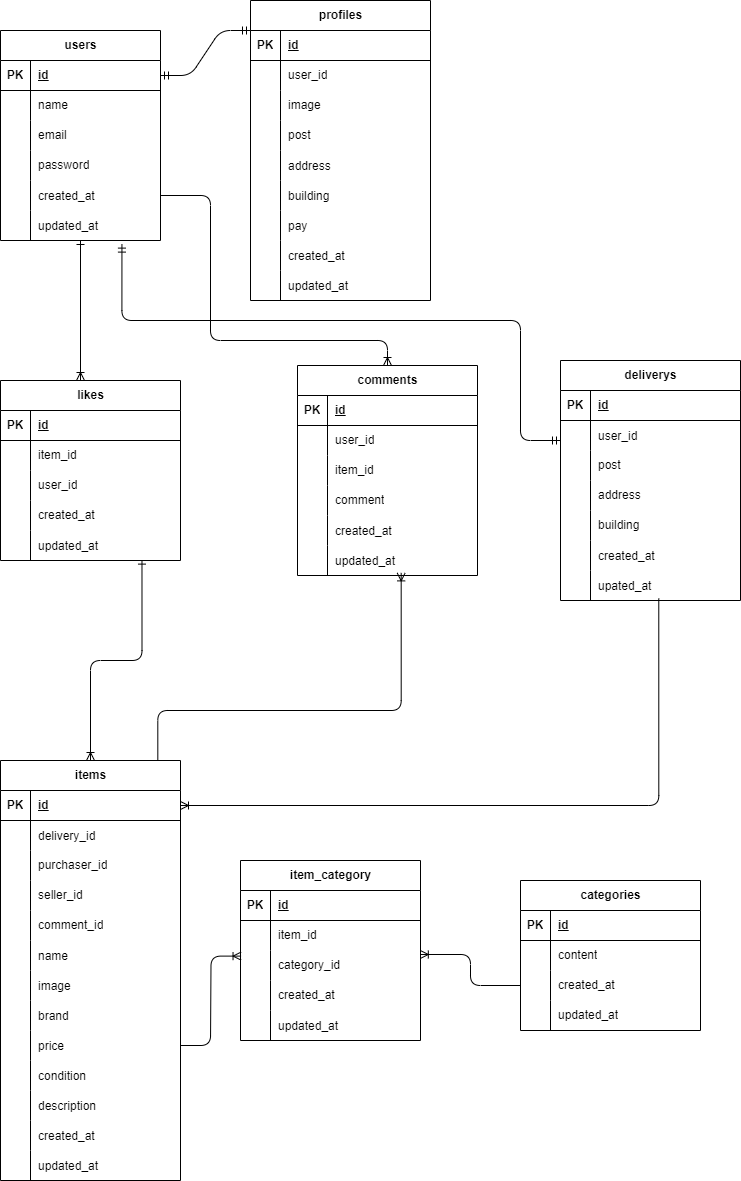
Before: frima.drawio.png, a diagram exported from draw.io (daiki-hayakawa17/frima). Source tidied: cells renumbered, new cells last; positions are measured from the earlier drawing's top-left corner, leaving out a move shared by most shapes.
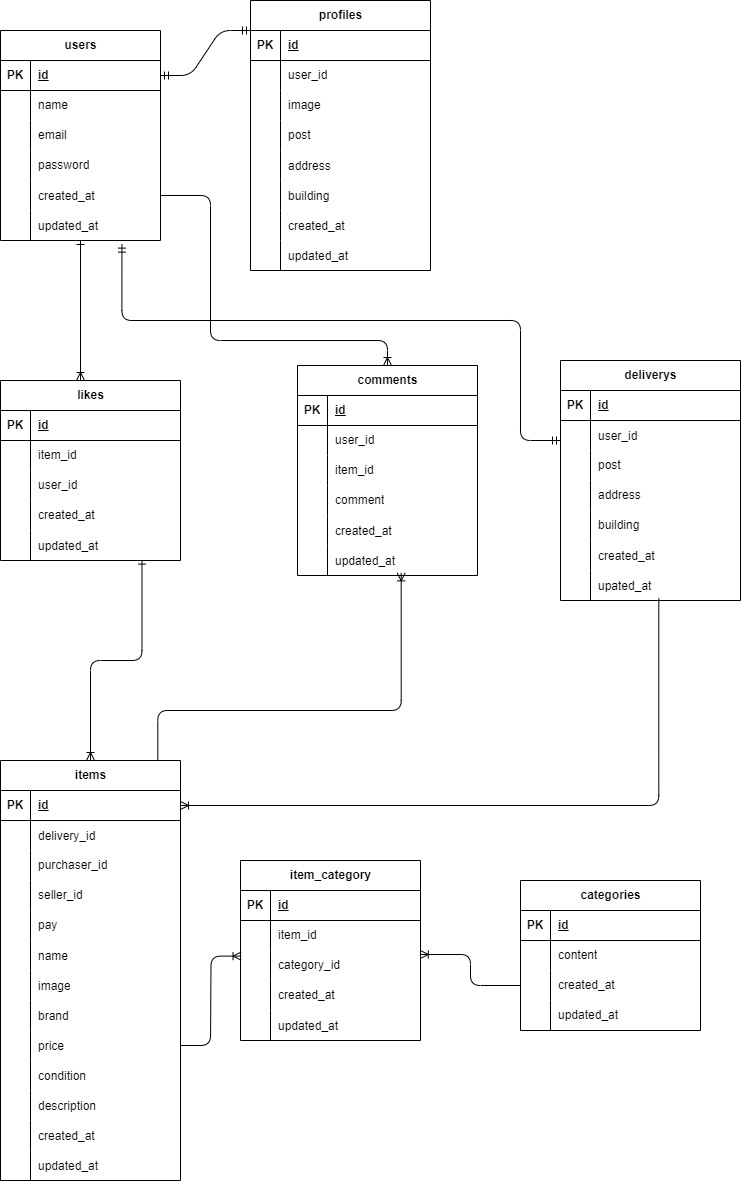
Later version of the same file.

Change to the diagram source:
```diff
@@ -104,7 +104,7 @@
     <mxCell id="35" style="shape=partialRectangle;fillColor=none;top=0;left=0;bottom=0;right=0;overflow=hidden;whiteSpace=wrap;html=1;" parent="34" vertex="1">
       <mxGeometry width="30" height="30" as="geometry" />
     </mxCell>
-    <mxCell id="36" value="comment_id" style="shape=partialRectangle;fillColor=none;top=0;left=0;bottom=0;right=0;align=left;spacingLeft=6;overflow=hidden;whiteSpace=wrap;html=1;" parent="34" vertex="1">
+    <mxCell id="36" value="pay" style="shape=partialRectangle;fillColor=none;top=0;left=0;bottom=0;right=0;align=left;spacingLeft=6;overflow=hidden;whiteSpace=wrap;html=1;" parent="34" vertex="1">
       <mxGeometry x="30" width="150" height="30" as="geometry" />
     </mxCell>
     <mxCell id="37" style="shape=tableRow;horizontal=0;startSize=0;swimlaneHead=0;swimlaneBody=0;fillColor=none;top=0;left=0;right=0;bottom=0;" parent="21" vertex="1">
@@ -324,7 +324,7 @@
       <mxGeometry x="30" width="150" height="30" as="geometry" />
     </mxCell>
     <mxCell id="109" value="profiles" style="shape=table;startSize=30;rowLines=0;fontStyle=1;align=center;html=1;" parent="1" vertex="1">
-      <mxGeometry x="250" width="180" height="300" as="geometry" />
+      <mxGeometry x="250" width="180" height="270" as="geometry" />
     </mxCell>
     <mxCell id="110" style="shape=tableRow;horizontal=0;startSize=0;swimlaneHead=0;swimlaneBody=0;fillColor=none;top=0;left=0;right=0;bottom=1;" parent="109" vertex="1">
       <mxGeometry y="30" width="180" height="30" as="geometry" />
@@ -380,17 +380,8 @@
     <mxCell id="127" value="building" style="shape=partialRectangle;fillColor=none;top=0;left=0;bottom=0;right=0;align=left;spacingLeft=6;overflow=hidden;" parent="125" vertex="1">
       <mxGeometry x="30" width="150" height="30" as="geometry" />
     </mxCell>
-    <mxCell id="128" style="shape=tableRow;horizontal=0;startSize=0;swimlaneHead=0;swimlaneBody=0;fillColor=none;top=0;left=0;right=0;bottom=0;" parent="109" vertex="1">
-      <mxGeometry y="210" width="180" height="30" as="geometry" />
-    </mxCell>
-    <mxCell id="129" style="shape=partialRectangle;fillColor=none;top=0;left=0;bottom=0;right=0;overflow=hidden;" parent="128" vertex="1">
-      <mxGeometry width="30" height="30" as="geometry" />
-    </mxCell>
-    <mxCell id="130" value="pay" style="shape=partialRectangle;fillColor=none;top=0;left=0;bottom=0;right=0;align=left;spacingLeft=6;overflow=hidden;" parent="128" vertex="1">
-      <mxGeometry x="30" width="150" height="30" as="geometry" />
-    </mxCell>
     <mxCell id="131" style="shape=tableRow;horizontal=0;startSize=0;swimlaneHead=0;swimlaneBody=0;fillColor=none;top=0;left=0;right=0;bottom=0;" parent="109" vertex="1">
-      <mxGeometry y="240" width="180" height="30" as="geometry" />
+      <mxGeometry y="210" width="180" height="30" as="geometry" />
     </mxCell>
     <mxCell id="132" style="shape=partialRectangle;fillColor=none;top=0;left=0;bottom=0;right=0;overflow=hidden;" parent="131" vertex="1">
       <mxGeometry width="30" height="30" as="geometry" />
@@ -399,7 +390,7 @@
       <mxGeometry x="30" width="150" height="30" as="geometry" />
     </mxCell>
     <mxCell id="134" style="shape=tableRow;horizontal=0;startSize=0;swimlaneHead=0;swimlaneBody=0;fillColor=none;top=0;left=0;right=0;bottom=0;" parent="109" vertex="1">
-      <mxGeometry y="270" width="180" height="30" as="geometry" />
+      <mxGeometry y="240" width="180" height="30" as="geometry" />
     </mxCell>
     <mxCell id="135" style="shape=partialRectangle;fillColor=none;top=0;left=0;bottom=0;right=0;overflow=hidden;" parent="134" vertex="1">
       <mxGeometry width="30" height="30" as="geometry" />
```
